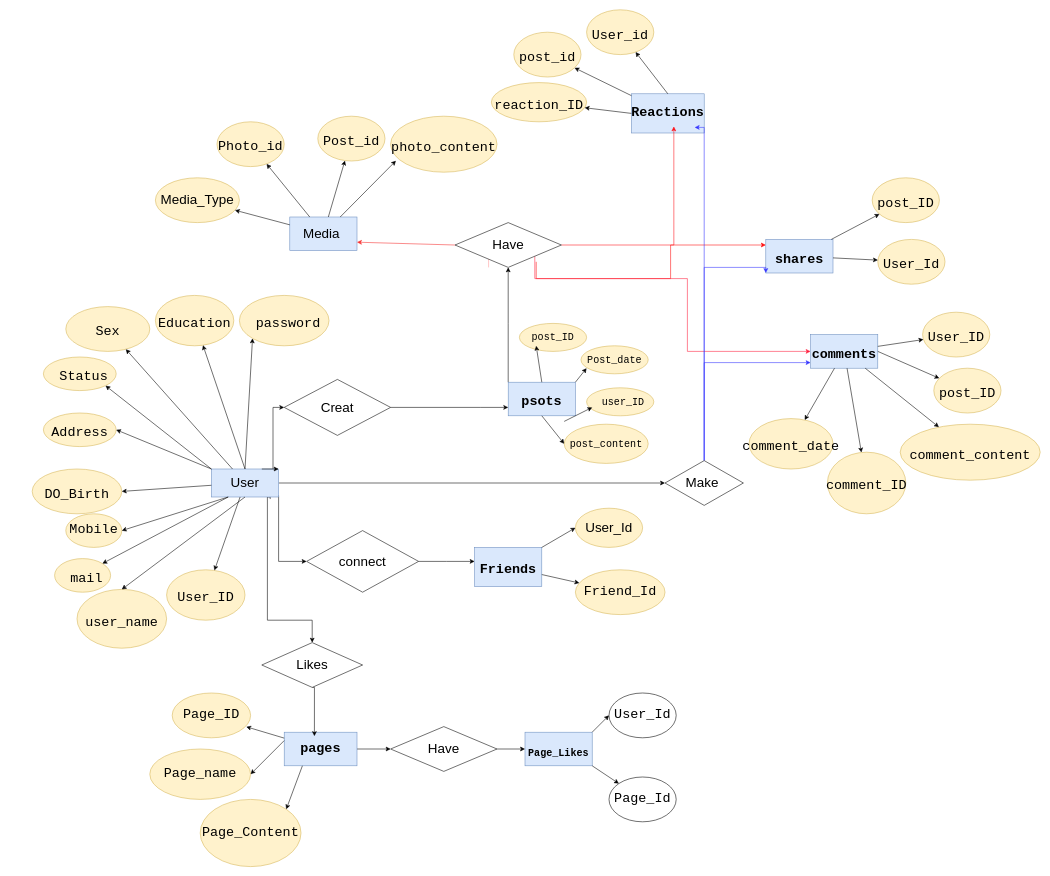
Before: weyou/Untitled Diagram.drawio in elarabyelaidy19/database_of_databases, a draw.io diagram. Source tidied: cells renumbered, new cells numbered last; positions are measured from the earlier drawing's top-left corner, leaving out a move shared by most shapes. Both pictures are drawn from the tidied source at 56%, with x=0, y=0 at pixel (32, 10).
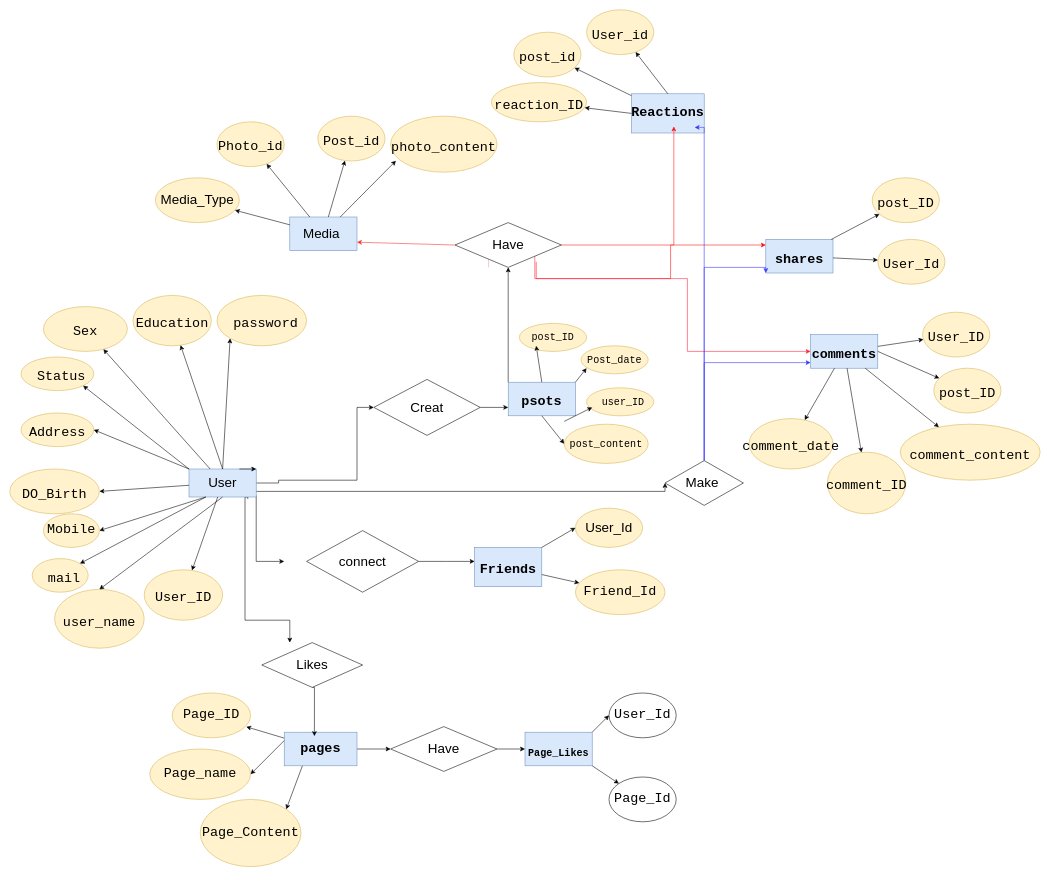
After the change.

The change refers to these unchanged cells:
```xml
<mxCell id="63" value="&lt;font style=&quot;font-size: 24px&quot;&gt;connect&lt;/font&gt;" style="rhombus;whiteSpace=wrap;html=1;labelBackgroundColor=none;" parent="1" vertex="1">
  <mxGeometry x="490" y="930" width="200" height="110" as="geometry" />
</mxCell>
<mxCell id="82" value="&lt;font style=&quot;font-size: 24px&quot;&gt;Likes&lt;/font&gt;" style="rhombus;whiteSpace=wrap;html=1;labelBackgroundColor=none;" parent="1" vertex="1">
  <mxGeometry x="410" y="1130" width="180" height="80" as="geometry" />
</mxCell>
<mxCell id="103" value="&lt;font style=&quot;font-size: 24px;&quot;&gt;Make&amp;nbsp;&lt;/font&gt;" style="rhombus;whiteSpace=wrap;html=1;labelBackgroundColor=none;" parent="1" vertex="1">
  <mxGeometry x="1130" y="805" width="140" height="80" as="geometry" />
</mxCell>
```

Change to the diagram source:
```diff
@@
-    <mxCell id="8" style="edgeStyle=orthogonalEdgeStyle;rounded=0;jettySize=auto;html=1;entryX=0;entryY=0.5;entryDx=0;entryDy=0;labelBackgroundColor=none;" parent="1" edge="1" target="55">
+    <mxCell id="8" style="edgeStyle=orthogonalEdgeStyle;rounded=0;jettySize=auto;html=1;entryX=0;entryY=0.5;entryDx=0;entryDy=0;labelBackgroundColor=none;exitX=1;exitY=0.5;exitDx=0;exitDy=0;" parent="1" edge="1" source="12" target="55">
       <mxGeometry relative="1" as="geometry">
-        <mxPoint x="430" y="820" as="sourcePoint" />
         <Array as="points">
-          <mxPoint x="430" y="710" />
+          <mxPoint x="440" y="845" />
+          <mxPoint x="440" y="840" />
+          <mxPoint x="580" y="840" />
+          <mxPoint x="580" y="710" />
         </Array>
       </mxGeometry>
     </mxCell>
-    <mxCell id="9" style="edgeStyle=orthogonalEdgeStyle;rounded=0;jettySize=auto;html=1;entryX=0;entryY=0.5;entryDx=0;entryDy=0;exitX=0.908;exitY=0.954;exitDx=0;exitDy=0;exitPerimeter=0;labelBackgroundColor=none;" parent="1" edge="1" source="12" target="63">
+    <mxCell id="9" style="edgeStyle=orthogonalEdgeStyle;rounded=0;jettySize=auto;html=1;entryX=0;entryY=0.5;entryDx=0;entryDy=0;exitX=0.908;exitY=0.954;exitDx=0;exitDy=0;exitPerimeter=0;labelBackgroundColor=none;" parent="1" edge="1" source="12">
       <mxGeometry relative="1" as="geometry">
+        <mxPoint x="450" y="985" as="targetPoint" />
         <Array as="points">
-          <mxPoint x="440" y="868" />
-          <mxPoint x="440" y="985" />
+          <mxPoint x="400" y="868" />
+          <mxPoint x="400" y="985" />
         </Array>
       </mxGeometry>
     </mxCell>
-    <mxCell id="10" style="edgeStyle=orthogonalEdgeStyle;rounded=0;jettySize=auto;html=1;exitX=0.875;exitY=1.074;exitDx=0;exitDy=0;entryX=0.5;entryY=0;entryDx=0;entryDy=0;exitPerimeter=0;labelBackgroundColor=none;" parent="1" edge="1" source="12" target="82">
+    <mxCell id="10" style="edgeStyle=orthogonalEdgeStyle;rounded=0;jettySize=auto;html=1;exitX=0.875;exitY=1.074;exitDx=0;exitDy=0;entryX=0.5;entryY=0;entryDx=0;entryDy=0;exitPerimeter=0;labelBackgroundColor=none;" parent="1" edge="1" source="12">
       <mxGeometry relative="1" as="geometry">
+        <mxPoint x="460" y="1130" as="targetPoint" />
         <Array as="points">
-          <mxPoint x="425" y="870" />
-          <mxPoint x="420" y="870" />
-          <mxPoint x="420" y="1090" />
-          <mxPoint x="500" y="1090" />
+          <mxPoint x="385" y="870" />
+          <mxPoint x="380" y="870" />
+          <mxPoint x="380" y="1090" />
+          <mxPoint x="460" y="1090" />
         </Array>
       </mxGeometry>
     </mxCell>
     <mxCell id="11" style="edgeStyle=orthogonalEdgeStyle;rounded=0;jettySize=auto;html=1;entryX=0;entryY=0.5;entryDx=0;entryDy=0;labelBackgroundColor=none;" parent="1" edge="1" source="12" target="103">
-      <mxGeometry relative="1" as="geometry" />
+      <mxGeometry relative="1" as="geometry">
+        <Array as="points">
+          <mxPoint x="1130" y="860" />
+        </Array>
+      </mxGeometry>
     </mxCell>
     <mxCell id="12" value="&lt;font style=&quot;font-size: 24px;&quot;&gt;User&lt;/font&gt;" style="rounded=0;whiteSpace=wrap;html=1;fillColor=#dae8fc;strokeColor=#6c8ebf;labelBackgroundColor=none;" parent="1" vertex="1">
-      <mxGeometry x="320" y="820" width="120" height="50" as="geometry" />
+      <mxGeometry x="280" y="820" width="120" height="50" as="geometry" />
     </mxCell>
@@
     <mxCell id="17" value="&lt;br&gt;&lt;br&gt;&lt;div style=&quot;font-family: consolas, &amp;quot;courier new&amp;quot;, monospace; font-weight: normal; line-height: 24px;&quot;&gt;&lt;div&gt;&lt;span style=&quot;&quot;&gt;&lt;font style=&quot;font-size: 24px&quot;&gt;user_name&lt;/font&gt;&lt;/span&gt;&lt;/div&gt;&lt;/div&gt;&lt;br&gt;" style="ellipse;whiteSpace=wrap;html=1;fillColor=#fff2cc;strokeColor=#d6b656;labelBackgroundColor=none;" parent="1" vertex="1">
-      <mxGeometry x="80" y="1035" width="160" height="105" as="geometry" />
+      <mxGeometry x="40" y="1035" width="160" height="105" as="geometry" />
     </mxCell>
     <mxCell id="18" value="&lt;br&gt;&lt;br&gt;&lt;div style=&quot;font-family: consolas, &amp;quot;courier new&amp;quot;, monospace; font-weight: normal; line-height: 24px;&quot;&gt;&lt;div&gt;&lt;span style=&quot;&quot;&gt;&lt;font style=&quot;font-size: 24px&quot;&gt;&amp;nbsp;Status&lt;/font&gt;&lt;/span&gt;&lt;/div&gt;&lt;/div&gt;&lt;br&gt;" style="ellipse;whiteSpace=wrap;html=1;fillColor=#fff2cc;strokeColor=#d6b656;labelBackgroundColor=none;" parent="1" vertex="1">
-      <mxGeometry x="20" y="620" width="130" height="60" as="geometry" />
+      <mxGeometry x="-20" y="620" width="130" height="60" as="geometry" />
     </mxCell>
     <mxCell id="19" value="&lt;br&gt;&lt;br&gt;&lt;div style=&quot;font-family: consolas, &amp;quot;courier new&amp;quot;, monospace; font-weight: normal; line-height: 24px;&quot;&gt;&lt;div&gt;&lt;span style=&quot;&quot;&gt;&lt;font style=&quot;font-size: 24px&quot;&gt;DO_Birth&lt;/font&gt;&lt;/span&gt;&lt;/div&gt;&lt;/div&gt;&lt;br&gt;" style="ellipse;whiteSpace=wrap;html=1;fillColor=#fff2cc;strokeColor=#d6b656;labelBackgroundColor=none;" parent="1" vertex="1">
-      <mxGeometry y="820" width="160" height="80" as="geometry" />
+      <mxGeometry x="-40" y="820" width="160" height="80" as="geometry" />
     </mxCell>
     <mxCell id="20" value="&lt;br&gt;&lt;br&gt;&lt;div style=&quot;font-family: consolas, &amp;quot;courier new&amp;quot;, monospace; font-weight: normal; line-height: 24px;&quot;&gt;&lt;div&gt;&lt;span style=&quot;&quot;&gt;&lt;font style=&quot;font-size: 24px&quot;&gt;Education&lt;/font&gt;&lt;/span&gt;&lt;/div&gt;&lt;/div&gt;&lt;br&gt;" style="ellipse;whiteSpace=wrap;html=1;fillColor=#fff2cc;strokeColor=#d6b656;labelBackgroundColor=none;" parent="1" vertex="1">
-      <mxGeometry x="220" y="510" width="140" height="90" as="geometry" />
+      <mxGeometry x="180" y="510" width="140" height="90" as="geometry" />
     </mxCell>
     <mxCell id="21" value="&lt;br&gt;&lt;br&gt;&lt;div style=&quot;font-family: consolas, &amp;quot;courier new&amp;quot;, monospace; font-weight: normal; line-height: 24px;&quot;&gt;&lt;div&gt;&lt;span style=&quot;&quot;&gt;&lt;font style=&quot;font-size: 24px&quot;&gt;&amp;nbsp;password&lt;/font&gt;&lt;/span&gt;&lt;/div&gt;&lt;/div&gt;&lt;br&gt;" style="ellipse;whiteSpace=wrap;html=1;fillColor=#fff2cc;strokeColor=#d6b656;labelBackgroundColor=none;" parent="1" vertex="1">
-      <mxGeometry x="370" y="510" width="160" height="90" as="geometry" />
+      <mxGeometry x="330" y="510" width="160" height="90" as="geometry" />
     </mxCell>
     <mxCell id="22" value="&lt;br&gt;&lt;br&gt;&lt;div style=&quot;font-family: consolas, &amp;quot;courier new&amp;quot;, monospace; font-weight: normal; line-height: 24px;&quot;&gt;&lt;div&gt;&lt;span style=&quot;&quot;&gt;&lt;font style=&quot;font-size: 24px&quot;&gt;Sex&lt;/font&gt;&lt;/span&gt;&lt;/div&gt;&lt;/div&gt;&lt;br&gt;" style="ellipse;whiteSpace=wrap;html=1;fillColor=#fff2cc;strokeColor=#d6b656;labelBackgroundColor=none;" parent="1" vertex="1">
-      <mxGeometry x="60" y="530" width="150" height="80" as="geometry" />
+      <mxGeometry x="20" y="530" width="150" height="80" as="geometry" />
     </mxCell>
     <mxCell id="23" value="&lt;br&gt;&lt;br&gt;&lt;div style=&quot;font-family: consolas, &amp;quot;courier new&amp;quot;, monospace; font-weight: normal; line-height: 24px;&quot;&gt;&lt;div&gt;&lt;span style=&quot;&quot;&gt;&lt;font style=&quot;font-size: 24px&quot;&gt;User_ID&lt;/font&gt;&lt;/span&gt;&lt;/div&gt;&lt;/div&gt;&lt;br&gt;" style="ellipse;whiteSpace=wrap;html=1;fillColor=#fff2cc;strokeColor=#d6b656;labelBackgroundColor=none;" parent="1" vertex="1">
-      <mxGeometry x="240" y="1000" width="140" height="90" as="geometry" />
+      <mxGeometry x="200" y="1000" width="140" height="90" as="geometry" />
     </mxCell>
     <mxCell id="24" value="&lt;br&gt;&lt;br&gt;&lt;div style=&quot;font-family: consolas, &amp;quot;courier new&amp;quot;, monospace; font-weight: normal; line-height: 24px;&quot;&gt;&lt;div&gt;&lt;span style=&quot;&quot;&gt;&lt;font style=&quot;font-size: 24px&quot;&gt;Address&lt;/font&gt;&lt;/span&gt;&lt;/div&gt;&lt;/div&gt;&lt;br&gt;" style="ellipse;whiteSpace=wrap;html=1;fillColor=#fff2cc;strokeColor=#d6b656;labelBackgroundColor=none;" parent="1" vertex="1">
-      <mxGeometry x="20" y="720" width="130" height="60" as="geometry" />
+      <mxGeometry x="-20" y="720" width="130" height="60" as="geometry" />
     </mxCell>
     <mxCell id="25" value="&lt;br&gt;&lt;br&gt;&lt;div style=&quot;font-family: consolas, &amp;quot;courier new&amp;quot;, monospace; font-weight: normal; line-height: 24px;&quot;&gt;&lt;div&gt;&lt;span style=&quot;&quot;&gt;&lt;font style=&quot;font-size: 24px&quot;&gt;&amp;nbsp;mail&lt;/font&gt;&lt;/span&gt;&lt;/div&gt;&lt;/div&gt;&lt;br&gt;" style="ellipse;whiteSpace=wrap;html=1;fillColor=#fff2cc;strokeColor=#d6b656;labelBackgroundColor=none;" parent="1" vertex="1">
-      <mxGeometry x="40" y="980" width="100" height="60" as="geometry" />
+      <mxGeometry y="980" width="100" height="60" as="geometry" />
     </mxCell>
     <mxCell id="26" value="&lt;div style=&quot;font-family: consolas, &amp;quot;courier new&amp;quot;, monospace; line-height: 24px;&quot;&gt;&lt;font style=&quot;font-size: 24px&quot;&gt;Mobile&lt;/font&gt;&lt;/div&gt;" style="ellipse;whiteSpace=wrap;html=1;fillColor=#fff2cc;strokeColor=#d6b656;labelBackgroundColor=none;" parent="1" vertex="1">
-      <mxGeometry x="60" y="900" width="100" height="60" as="geometry" />
+      <mxGeometry x="20" y="900" width="100" height="60" as="geometry" />
     </mxCell>
@@
     <mxCell id="55" value="&lt;font style=&quot;font-size: 24px&quot;&gt;Creat&lt;/font&gt;" style="rhombus;whiteSpace=wrap;html=1;labelBackgroundColor=none;" parent="1" vertex="1">
-      <mxGeometry x="450" y="660" width="190" height="100" as="geometry" />
+      <mxGeometry x="610" y="660" width="190" height="100" as="geometry" />
     </mxCell>
```
